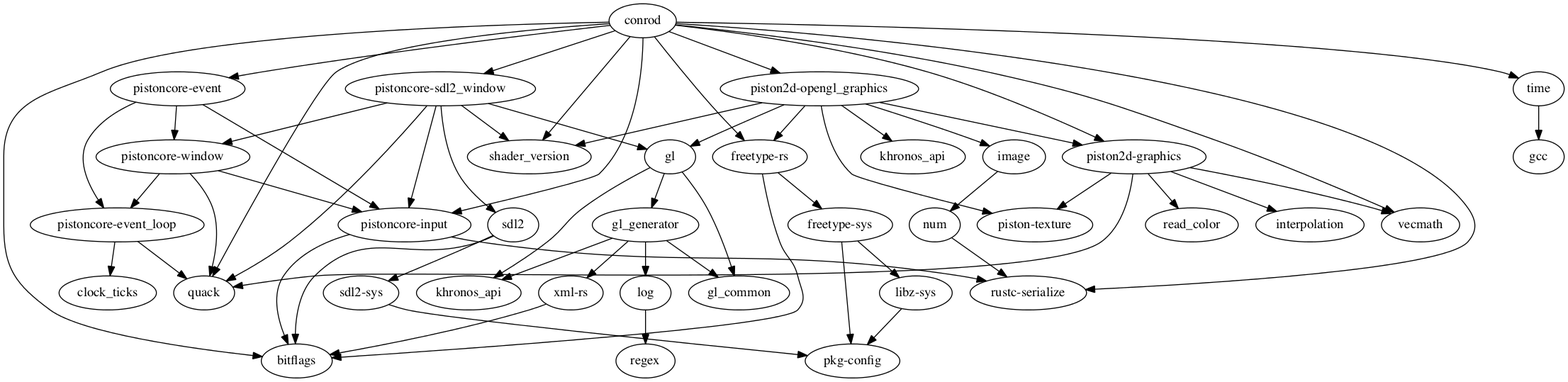
Before: Cargo.png, a diagram exported from Graphviz (PistonDevelopers/conrod). Its source is kept beside it as Cargo.dot.
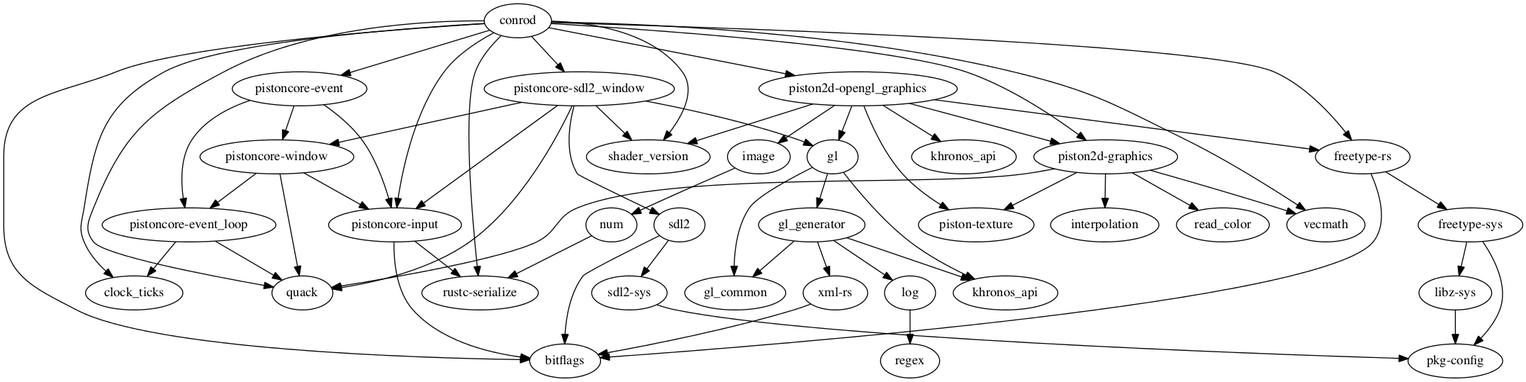
The same diagram one commit later.

Commit message:
Updated dependency graph

Diff of the diagram source:
```diff
@@ -1,97 +1,94 @@
 digraph conrod {
     N0[label="conrod"];
-    N1[label="pistoncore-sdl2_window"];
-    N2[label="pistoncore-window"];
-    N3[label="shader_version"];
-    N4[label="pistoncore-input"];
-    N5[label="gl"];
-    N6[label="quack"];
-    N7[label="sdl2"];
-    N8[label="gl_generator"];
-    N9[label="gl_common"];
-    N10[label="xml-rs"];
-    N11[label="khronos_api"];
-    N12[label="log"];
-    N13[label="freetype-rs"];
-    N14[label="bitflags"];
-    N15[label="freetype-sys"];
-    N16[label="read_color"];
-    N17[label="interpolation"];
-    N18[label="vecmath"];
-    N19[label="time"];
-    N20[label="pistoncore-event"];
-    N21[label="piston2d-opengl_graphics"];
-    N22[label="rustc-serialize"];
-    N23[label="piston2d-graphics"];
-    N24[label="image"];
-    N25[label="num"];
-    N26[label="khronos_api"];
-    N27[label="regex"];
-    N28[label="pkg-config"];
-    N29[label="sdl2-sys"];
-    N30[label="piston-texture"];
-    N31[label="libz-sys"];
-    N32[label="clock_ticks"];
-    N33[label="pistoncore-event_loop"];
-    N34[label="gcc"];
+    N1[label="pistoncore-event"];
+    N2[label="pistoncore-input"];
+    N3[label="pistoncore-window"];
+    N4[label="pistoncore-event_loop"];
+    N5[label="clock_ticks"];
+    N6[label="pkg-config"];
+    N7[label="sdl2-sys"];
+    N8[label="rustc-serialize"];
+    N9[label="bitflags"];
+    N10[label="freetype-sys"];
+    N11[label="libz-sys"];
+    N12[label="num"];
+    N13[label="piston2d-graphics"];
+    N14[label="vecmath"];
+    N15[label="shader_version"];
+    N16[label="quack"];
+    N17[label="piston2d-opengl_graphics"];
+    N18[label="freetype-rs"];
+    N19[label="pistoncore-sdl2_window"];
+    N20[label="sdl2"];
+    N21[label="piston-texture"];
+    N22[label="image"];
+    N23[label="read_color"];
+    N24[label="interpolation"];
+    N25[label="khronos_api"];
+    N26[label="gl"];
+    N27[label="khronos_api"];
+    N28[label="xml-rs"];
+    N29[label="gl_generator"];
+    N30[label="gl_common"];
+    N31[label="log"];
+    N32[label="regex"];
     N1 -> N2[label=""];
     N1 -> N3[label=""];
     N1 -> N4[label=""];
-    N1 -> N5[label=""];
-    N1 -> N6[label=""];
-    N1 -> N7[label=""];
-    N8 -> N9[label=""];
-    N8 -> N10[label=""];
-    N8 -> N11[label=""];
-    N8 -> N12[label=""];
-    N13 -> N14[label=""];
-    N13 -> N15[label=""];
+    N7 -> N6[label=""];
+    N2 -> N8[label=""];
+    N2 -> N9[label=""];
+    N10 -> N6[label=""];
+    N10 -> N11[label=""];
+    N12 -> N8[label=""];
     N0 -> N13[label=""];
+    N0 -> N14[label=""];
+    N0 -> N15[label=""];
+    N0 -> N16[label=""];
+    N0 -> N9[label=""];
+    N0 -> N1[label=""];
+    N0 -> N8[label=""];
+    N0 -> N5[label=""];
+    N0 -> N17[label=""];
     N0 -> N18[label=""];
     N0 -> N19[label=""];
-    N0 -> N14[label=""];
-    N0 -> N20[label=""];
-    N0 -> N4[label=""];
-    N0 -> N21[label=""];
-    N0 -> N1[label=""];
-    N0 -> N6[label=""];
-    N0 -> N3[label=""];
-    N0 -> N22[label=""];
-    N0 -> N23[label=""];
-    N5 -> N9[label=""];
-    N5 -> N8[label=""];
-    N5 -> N11[label=""];
-    N4 -> N22[label=""];
-    N4 -> N14[label=""];
-    N24 -> N25[label=""];
-    N12 -> N27[label=""];
-    N7 -> N29[label=""];
-    N7 -> N14[label=""];
-    N15 -> N28[label=""];
-    N15 -> N31[label=""];
-    N23 -> N18[label=""];
-    N23 -> N17[label=""];
-    N23 -> N6[label=""];
-    N23 -> N16[label=""];
-    N23 -> N30[label=""];
-    N25 -> N22[label=""];
-    N21 -> N5[label=""];
-    N21 -> N30[label=""];
-    N21 -> N3[label=""];
-    N21 -> N24[label=""];
-    N21 -> N13[label=""];
-    N21 -> N23[label=""];
-    N21 -> N26[label=""];
-    N31 -> N28[label=""];
-    N20 -> N2[label=""];
-    N20 -> N33[label=""];
-    N20 -> N4[label=""];
-    N10 -> N14[label=""];
-    N19 -> N34[label=""];
-    N2 -> N33[label=""];
-    N2 -> N4[label=""];
-    N2 -> N6[label=""];
+    N0 -> N2[label=""];
+    N20 -> N9[label=""];
+    N20 -> N7[label=""];
+    N22 -> N12[label=""];
+    N11 -> N6[label=""];
+    N17 -> N13[label=""];
+    N17 -> N15[label=""];
+    N17 -> N21[label=""];
+    N17 -> N18[label=""];
+    N17 -> N22[label=""];
+    N17 -> N25[label=""];
+    N17 -> N26[label=""];
+    N18 -> N9[label=""];
+    N18 -> N10[label=""];
+    N13 -> N24[label=""];
+    N13 -> N16[label=""];
+    N13 -> N14[label=""];
+    N13 -> N21[label=""];
+    N13 -> N23[label=""];
+    N28 -> N9[label=""];
     N29 -> N28[label=""];
-    N33 -> N6[label=""];
-    N33 -> N32[label=""];
+    N29 -> N30[label=""];
+    N29 -> N31[label=""];
+    N29 -> N27[label=""];
+    N26 -> N27[label=""];
+    N26 -> N29[label=""];
+    N26 -> N30[label=""];
+    N3 -> N4[label=""];
+    N3 -> N16[label=""];
+    N3 -> N2[label=""];
+    N31 -> N32[label=""];
+    N19 -> N16[label=""];
+    N19 -> N26[label=""];
+    N19 -> N2[label=""];
+    N19 -> N3[label=""];
+    N19 -> N20[label=""];
+    N19 -> N15[label=""];
+    N4 -> N5[label=""];
+    N4 -> N16[label=""];
 }
```
